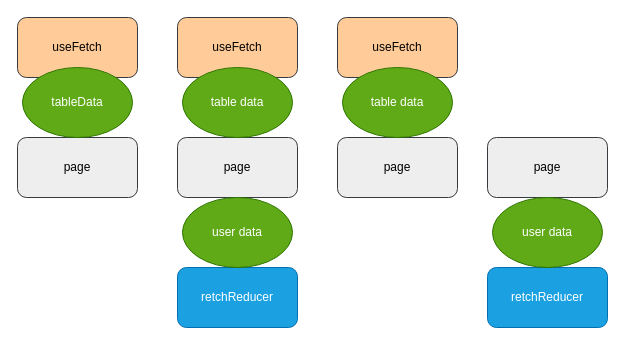
Loque18/bitnaft keeps this draw.io diagram as page "fetch hook" (2 of 2) of docs/arch.drawio. Above is the earlier version. Source tidied: cells renumbered, new cells numbered last; positions are measured from the earlier drawing's top-left corner, leaving out a move shared by most shapes. Both pictures are drawn from the tidied source at 100%, with x=0, y=0 at pixel (17, 17).
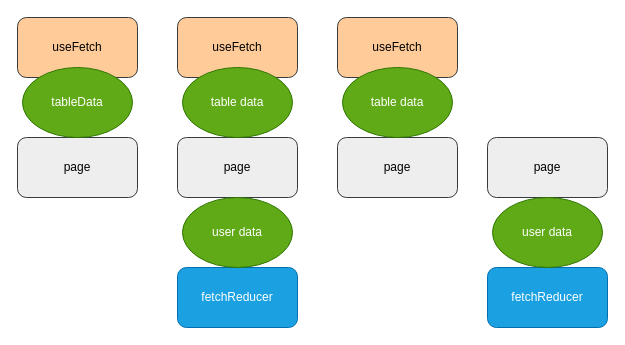
The same page after the edit.

Change to the diagram source:
```diff
@@
 <mxGraphModel>
   <root>
     <mxCell id="0" />
     <mxCell id="1" parent="0" />
     <mxCell id="2" value="page" style="rounded=1;whiteSpace=wrap;html=1;fillColor=#eeeeee;strokeColor=#36393d;fontColor=#000000;" parent="1" vertex="1">
       <mxGeometry x="160" y="120" width="120" height="60" as="geometry" />
     </mxCell>
     <mxCell id="3" value="page" style="rounded=1;whiteSpace=wrap;html=1;fillColor=#eeeeee;strokeColor=#36393d;fontColor=#000000;" parent="1" vertex="1">
       <mxGeometry x="320" y="120" width="120" height="60" as="geometry" />
     </mxCell>
     <mxCell id="4" value="page" style="rounded=1;whiteSpace=wrap;html=1;fillColor=#eeeeee;strokeColor=#36393d;fontColor=#000000;" parent="1" vertex="1">
       <mxGeometry x="470" y="120" width="120" height="60" as="geometry" />
     </mxCell>
     <mxCell id="5" value="page" style="rounded=1;whiteSpace=wrap;html=1;fillColor=#eeeeee;strokeColor=#36393d;fontColor=#000000;" parent="1" vertex="1">
       <mxGeometry y="120" width="120" height="60" as="geometry" />
     </mxCell>
     <mxCell id="6" value="useFetch" style="rounded=1;whiteSpace=wrap;html=1;fillColor=#ffcc99;strokeColor=#36393d;fontColor=#000000;" parent="1" vertex="1">
       <mxGeometry width="120" height="60" as="geometry" />
     </mxCell>
     <mxCell id="7" value="useFetch" style="rounded=1;whiteSpace=wrap;html=1;fillColor=#ffcc99;strokeColor=#36393d;fontColor=#000000;" parent="1" vertex="1">
       <mxGeometry x="320" width="120" height="60" as="geometry" />
     </mxCell>
     <mxCell id="8" value="useFetch" style="rounded=1;whiteSpace=wrap;html=1;fillColor=#ffcc99;strokeColor=#36393d;fontColor=#000000;" parent="1" vertex="1">
       <mxGeometry x="160" width="120" height="60" as="geometry" />
     </mxCell>
-    <mxCell id="9" value="retchReducer" style="rounded=1;whiteSpace=wrap;html=1;fillColor=#1ba1e2;strokeColor=#006EAF;fontColor=#ffffff;" parent="1" vertex="1">
+    <mxCell id="9" value="fetchReducer" style="rounded=1;whiteSpace=wrap;html=1;fillColor=#1ba1e2;strokeColor=#006EAF;fontColor=#ffffff;" parent="1" vertex="1">
       <mxGeometry x="160" y="250" width="120" height="60" as="geometry" />
     </mxCell>
-    <mxCell id="10" value="retchReducer" style="rounded=1;whiteSpace=wrap;html=1;fillColor=#1ba1e2;strokeColor=#006EAF;fontColor=#ffffff;" parent="1" vertex="1">
+    <mxCell id="10" value="fetchReducer" style="rounded=1;whiteSpace=wrap;html=1;fillColor=#1ba1e2;strokeColor=#006EAF;fontColor=#ffffff;" parent="1" vertex="1">
       <mxGeometry x="470" y="250" width="120" height="60" as="geometry" />
     </mxCell>
     <mxCell id="11" value="tableData" style="ellipse;whiteSpace=wrap;html=1;fontColor=#FFFFFF;fillColor=#60a917;strokeColor=#2D7600;" parent="1" vertex="1">
       <mxGeometry x="5" y="50" width="110" height="70" as="geometry" />
     </mxCell>
     <mxCell id="12" value="table data" style="ellipse;whiteSpace=wrap;html=1;fontColor=#FFFFFF;fillColor=#60a917;strokeColor=#2D7600;" parent="1" vertex="1">
       <mxGeometry x="165" y="50" width="110" height="70" as="geometry" />
     </mxCell>
     <mxCell id="13" value="table data" style="ellipse;whiteSpace=wrap;html=1;fontColor=#FFFFFF;fillColor=#60a917;strokeColor=#2D7600;" parent="1" vertex="1">
       <mxGeometry x="325" y="50" width="110" height="70" as="geometry" />
     </mxCell>
     <mxCell id="14" value="user data" style="ellipse;whiteSpace=wrap;html=1;fontColor=#FFFFFF;fillColor=#60a917;strokeColor=#2D7600;" parent="1" vertex="1">
       <mxGeometry x="165" y="180" width="110" height="70" as="geometry" />
     </mxCell>
     <mxCell id="15" value="user data" style="ellipse;whiteSpace=wrap;html=1;fontColor=#FFFFFF;fillColor=#60a917;strokeColor=#2D7600;" parent="1" vertex="1">
       <mxGeometry x="475" y="180" width="110" height="70" as="geometry" />
     </mxCell>
   </root>
 </mxGraphModel>
```
